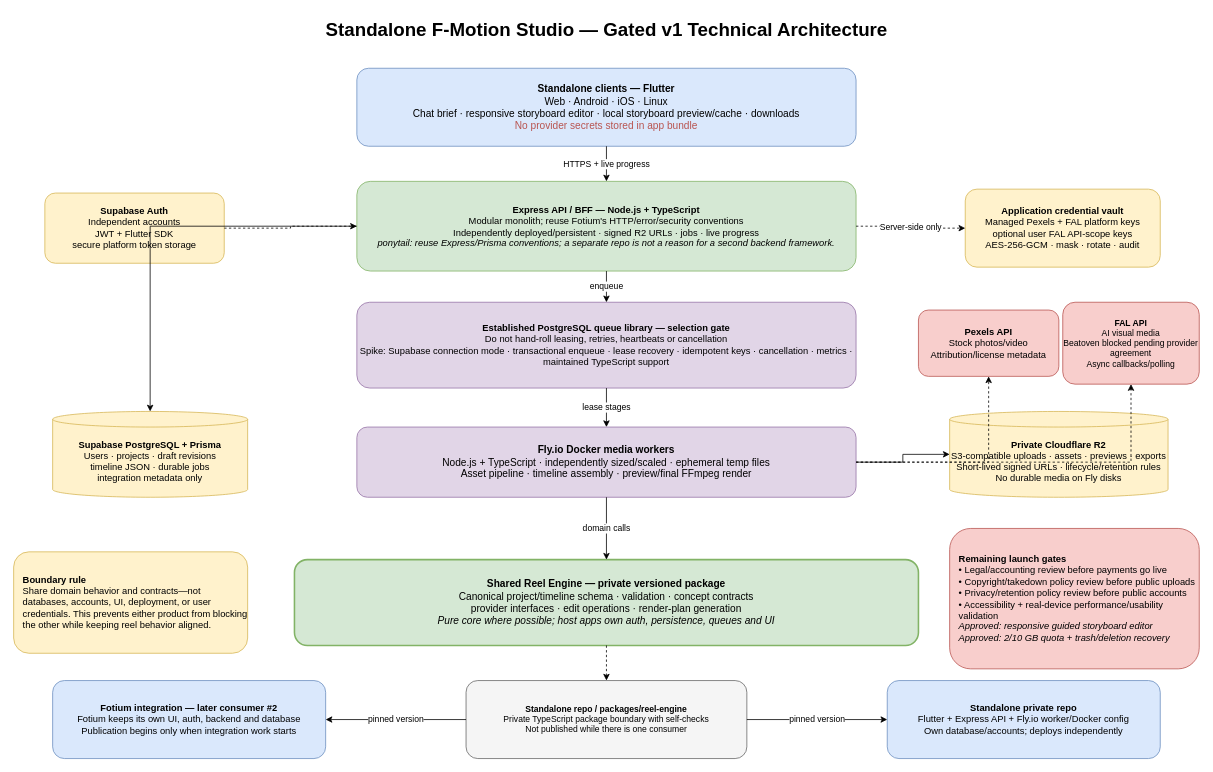
ivanillka/f-motion keeps this draw.io diagram as page "2. Technical Architecture" (2 of 11) of docs/architecture/f-motion.drawio. Above is the earlier version. Source tidied: cells renumbered, new cells numbered last; positions are measured from the earlier drawing's top-left corner, leaving out a move shared by most shapes. Both pictures are drawn from the tidied source at 78%, with x=0, y=0 at pixel (13, 13).
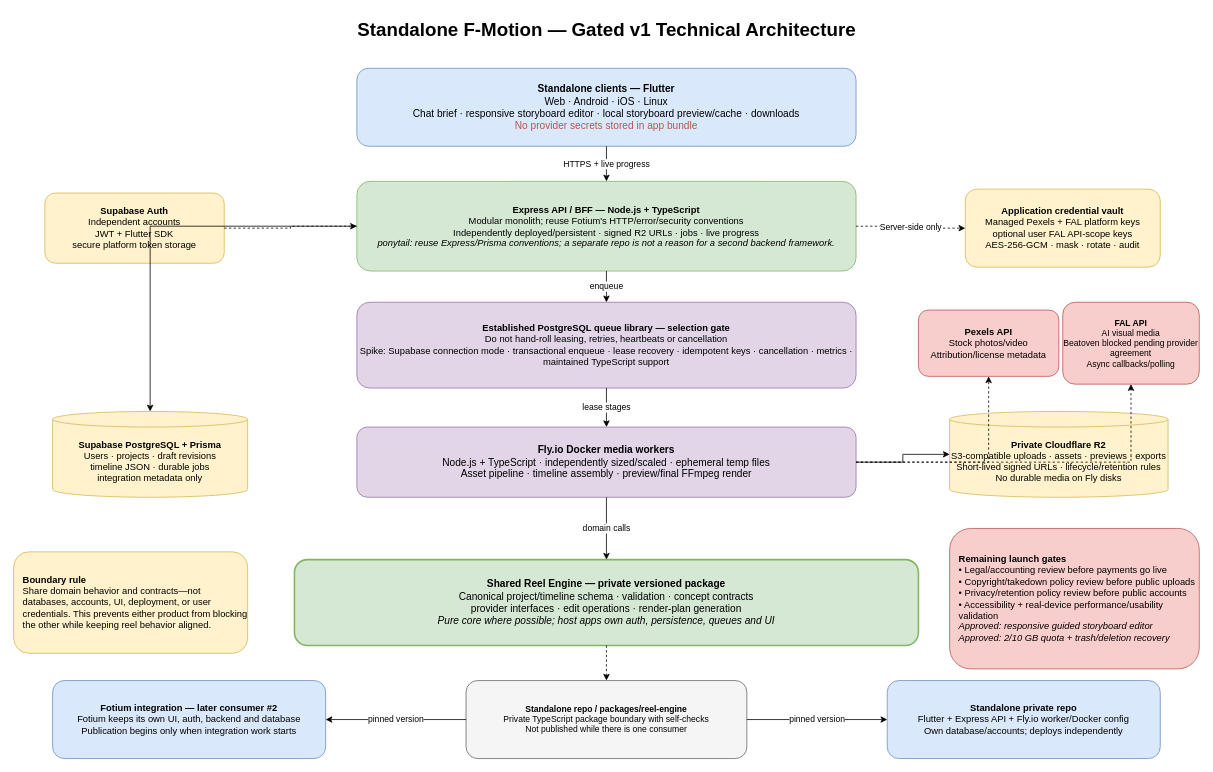
The same page after the edit.

Commit message (it also covers changes not shown here):
Refine F-Motion design gate

The edit, as a diff of the source:
```diff
@@
-    <mxCell id="2" value="Standalone F-Motion Studio — Gated v1 Technical Architecture" style="text;html=1;fontSize=24;fontStyle=1;align=center;" parent="1" vertex="1">
+    <mxCell id="2" value="Standalone F-Motion — Gated v1 Technical Architecture" style="text;html=1;fontSize=24;fontStyle=1;align=center;" parent="1" vertex="1">
       <mxGeometry x="310" width="900" height="40" as="geometry" />
     </mxCell>
```
